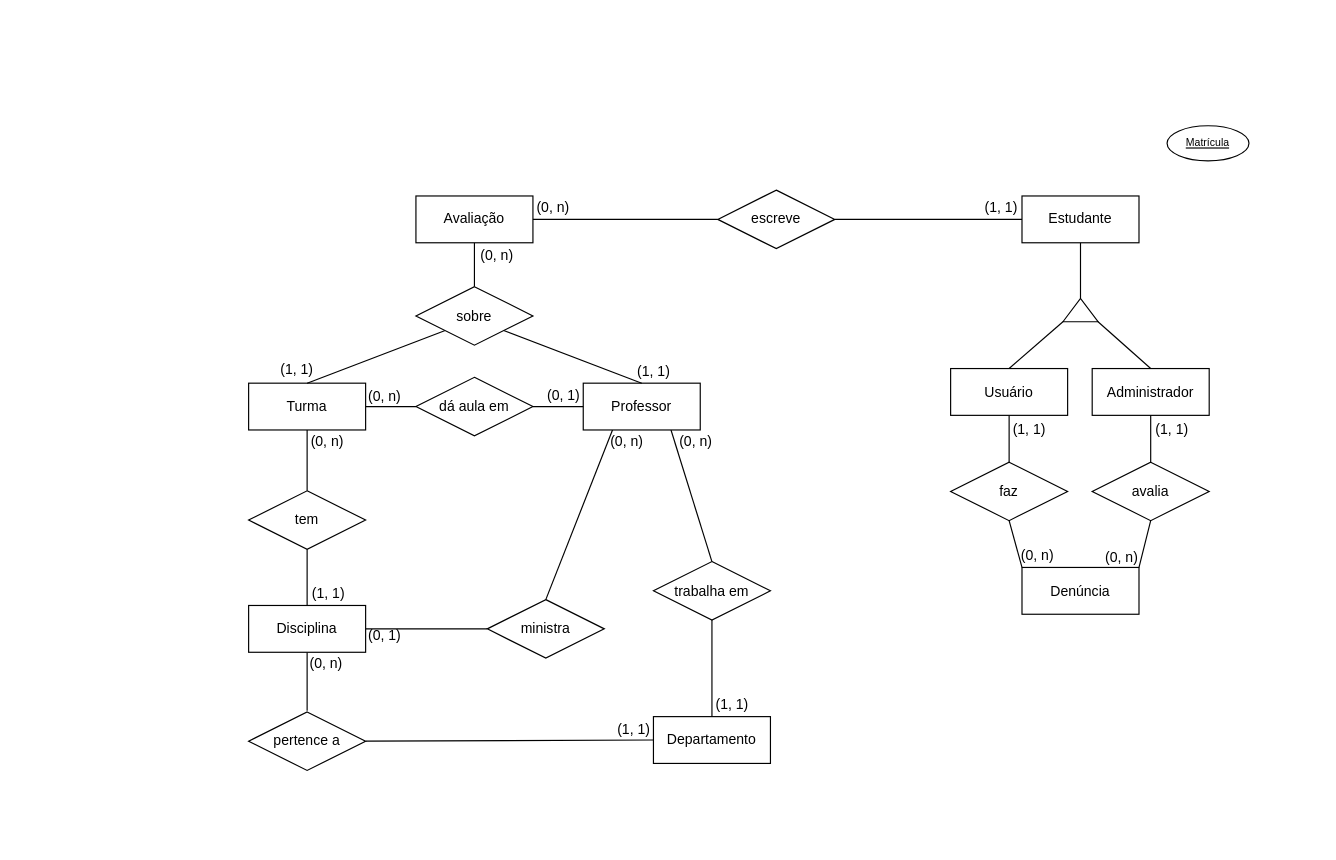
leorb99/Projeto_BD keeps this draw.io diagram as MER.drawio. Above is the earlier version. Source tidied: cells renumbered, new cells numbered last; positions are measured from the earlier drawing's top-left corner, leaving out a move shared by most shapes. Both pictures are drawn from the tidied source at 117%, with x=0, y=0 at pixel (248, 125).
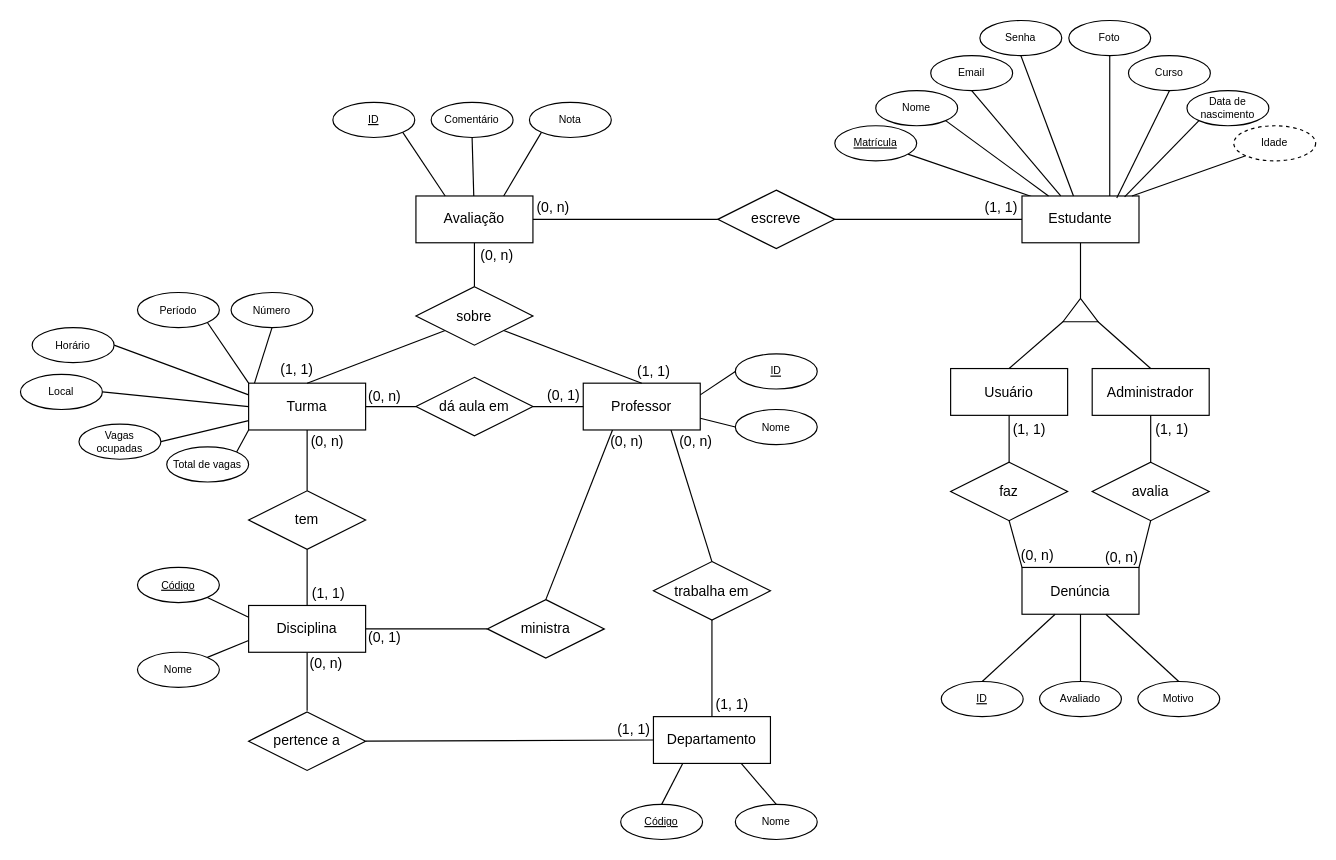
After the change.

Commit message (it also covers changes not shown here):
versao preliminar do mer

Unchanged cells that the change refers to:
```xml
<mxCell id="3" value="Disciplina" style="whiteSpace=wrap;html=1;align=center;" parent="1" vertex="1">
  <mxGeometry y="410" width="100" height="40" as="geometry" />
</mxCell>
<mxCell id="7" value="Professor" style="whiteSpace=wrap;html=1;align=center;" parent="1" vertex="1">
  <mxGeometry x="286" y="220" width="100" height="40" as="geometry" />
</mxCell>
<mxCell id="9" value="Avaliação" style="whiteSpace=wrap;html=1;align=center;" parent="1" vertex="1">
  <mxGeometry x="143" y="60" width="100" height="40" as="geometry" />
</mxCell>
<mxCell id="10" value="Denúncia" style="whiteSpace=wrap;html=1;align=center;" parent="1" vertex="1">
  <mxGeometry x="661" y="377.5" width="100" height="40" as="geometry" />
</mxCell>
<mxCell id="11" value="Departamento" style="whiteSpace=wrap;html=1;align=center;" parent="1" vertex="1">
  <mxGeometry x="346" y="505" width="100" height="40" as="geometry" />
</mxCell>
<mxCell id="14" value="Estudante" style="whiteSpace=wrap;html=1;align=center;" parent="1" vertex="1">
  <mxGeometry x="661" y="60" width="100" height="40" as="geometry" />
</mxCell>
<mxCell id="22" value="Turma" style="whiteSpace=wrap;html=1;align=center;" parent="1" vertex="1">
  <mxGeometry y="220" width="100" height="40" as="geometry" />
</mxCell>
```

Diff of the diagram source:
```diff
@@
+    <mxCell id="63" style="edgeStyle=none;html=1;exitX=0.093;exitY=0.021;exitDx=0;exitDy=0;endArrow=none;endFill=0;exitPerimeter=0;" parent="1" edge="1" source="14" target="65">
+      <mxGeometry relative="1" as="geometry" />
+    </mxCell>
@@
     <mxCell id="55" value="(0, 1)" style="text;html=1;align=center;verticalAlign=middle;strokeColor=none;fillColor=none;" parent="1" vertex="1">
-      <mxGeometry x="91" y="421" width="50" height="30" as="geometry" />
+      <mxGeometry x="91" y="423" width="50" height="30" as="geometry" />
     </mxCell>
@@
+    <mxCell id="64" style="edgeStyle=none;html=1;exitX=0.5;exitY=1;exitDx=0;exitDy=0;endArrow=none;endFill=0;entryX=0.44;entryY=0;entryDx=0;entryDy=0;entryPerimeter=0;" parent="1" edge="1" source="62" target="14">
+      <mxGeometry relative="1" as="geometry" />
+    </mxCell>
-    <mxCell id="62" value="&lt;u&gt;Matrícula&lt;br&gt;&lt;/u&gt;" style="ellipse;whiteSpace=wrap;html=1;align=center;fontSize=9;" parent="1" vertex="1">
-      <mxGeometry x="785" width="70" height="30" as="geometry" />
+    <mxCell id="62" value="Senha" style="ellipse;whiteSpace=wrap;html=1;align=center;fontSize=9;" parent="1" vertex="1">
+      <mxGeometry x="625" y="-90" width="70" height="30" as="geometry" />
     </mxCell>
+    <mxCell id="65" value="&lt;u style=&quot;font-size: 9px;&quot;&gt;Matrícula&lt;br style=&quot;font-size: 9px;&quot;&gt;&lt;/u&gt;" style="ellipse;whiteSpace=wrap;html=1;align=center;fontSize=9;" parent="1" vertex="1">
+      <mxGeometry x="501" width="70" height="30" as="geometry" />
+    </mxCell>
+    <mxCell id="66" style="edgeStyle=none;html=1;exitX=0.5;exitY=1;exitDx=0;exitDy=0;endArrow=none;endFill=0;" parent="1" edge="1" source="67" target="14">
+      <mxGeometry relative="1" as="geometry" />
+    </mxCell>
+    <mxCell id="67" value="Email" style="ellipse;whiteSpace=wrap;html=1;align=center;fontSize=9;" parent="1" vertex="1">
+      <mxGeometry x="583" y="-60" width="70" height="30" as="geometry" />
+    </mxCell>
+    <mxCell id="68" style="edgeStyle=none;html=1;exitX=1;exitY=1;exitDx=0;exitDy=0;endArrow=none;endFill=0;" parent="1" edge="1" source="69" target="14">
+      <mxGeometry relative="1" as="geometry" />
+    </mxCell>
+    <mxCell id="69" value="Nome" style="ellipse;whiteSpace=wrap;html=1;align=center;fontSize=9;" parent="1" vertex="1">
+      <mxGeometry x="536" y="-30" width="70" height="30" as="geometry" />
+    </mxCell>
+    <mxCell id="70" style="edgeStyle=none;html=1;exitX=0.5;exitY=1;exitDx=0;exitDy=0;entryX=0.81;entryY=0.042;entryDx=0;entryDy=0;endArrow=none;endFill=0;entryPerimeter=0;" parent="1" edge="1" source="71" target="14">
+      <mxGeometry relative="1" as="geometry" />
+    </mxCell>
+    <mxCell id="71" value="Curso" style="ellipse;whiteSpace=wrap;html=1;align=center;fontSize=9;" parent="1" vertex="1">
+      <mxGeometry x="752" y="-60" width="70" height="30" as="geometry" />
+    </mxCell>
+    <mxCell id="72" style="edgeStyle=none;html=1;exitX=0;exitY=1;exitDx=0;exitDy=0;endArrow=none;endFill=0;entryX=0.877;entryY=0.021;entryDx=0;entryDy=0;entryPerimeter=0;" parent="1" edge="1" source="73" target="14">
+      <mxGeometry relative="1" as="geometry" />
+    </mxCell>
+    <mxCell id="73" value="Data de nascimento" style="ellipse;whiteSpace=wrap;html=1;align=center;fontSize=9;" parent="1" vertex="1">
+      <mxGeometry x="802" y="-30" width="70" height="30" as="geometry" />
+    </mxCell>
+    <mxCell id="74" style="edgeStyle=none;html=1;exitX=0.5;exitY=1;exitDx=0;exitDy=0;entryX=0.75;entryY=0;entryDx=0;entryDy=0;endArrow=none;endFill=0;" parent="1" edge="1" source="75" target="14">
+      <mxGeometry relative="1" as="geometry" />
+    </mxCell>
+    <mxCell id="75" value="Foto" style="ellipse;whiteSpace=wrap;html=1;align=center;fontSize=9;" parent="1" vertex="1">
+      <mxGeometry x="701" y="-90" width="70" height="30" as="geometry" />
+    </mxCell>
+    <mxCell id="76" style="edgeStyle=none;html=1;exitX=0;exitY=1;exitDx=0;exitDy=0;endArrow=none;endFill=0;" parent="1" edge="1" source="77">
+      <mxGeometry relative="1" as="geometry">
+        <mxPoint x="755" y="60" as="targetPoint" />
+      </mxGeometry>
+    </mxCell>
+    <mxCell id="77" value="&lt;font style=&quot;font-size: 9px;&quot;&gt;Idade&lt;/font&gt;" style="ellipse;whiteSpace=wrap;html=1;align=center;dashed=1;fontSize=9;" parent="1" vertex="1">
+      <mxGeometry x="842" width="70" height="30" as="geometry" />
+    </mxCell>
+    <mxCell id="78" style="edgeStyle=none;html=1;exitX=1;exitY=0.5;exitDx=0;exitDy=0;entryX=0;entryY=0.25;entryDx=0;entryDy=0;fontSize=9;endArrow=none;endFill=0;" parent="1" edge="1" source="79" target="22">
+      <mxGeometry relative="1" as="geometry" />
+    </mxCell>
+    <mxCell id="79" value="Horário" style="ellipse;whiteSpace=wrap;html=1;align=center;fontSize=9;" parent="1" vertex="1">
+      <mxGeometry x="-185" y="172.5" width="70" height="30" as="geometry" />
+    </mxCell>
+    <mxCell id="80" style="edgeStyle=none;html=1;exitX=1;exitY=0;exitDx=0;exitDy=0;entryX=0;entryY=1;entryDx=0;entryDy=0;fontSize=9;endArrow=none;endFill=0;" parent="1" edge="1" source="81" target="22">
+      <mxGeometry relative="1" as="geometry" />
+    </mxCell>
+    <mxCell id="81" value="Total de vagas" style="ellipse;whiteSpace=wrap;html=1;align=center;fontSize=9;" parent="1" vertex="1">
+      <mxGeometry x="-70" y="274.5" width="70" height="30" as="geometry" />
+    </mxCell>
+    <mxCell id="82" style="edgeStyle=none;html=1;exitX=1;exitY=1;exitDx=0;exitDy=0;entryX=0;entryY=0;entryDx=0;entryDy=0;fontSize=9;endArrow=none;endFill=0;" parent="1" edge="1" source="83" target="22">
+      <mxGeometry relative="1" as="geometry" />
+    </mxCell>
+    <mxCell id="83" value="Período" style="ellipse;whiteSpace=wrap;html=1;align=center;fontSize=9;" parent="1" vertex="1">
+      <mxGeometry x="-95" y="142.5" width="70" height="30" as="geometry" />
+    </mxCell>
+    <mxCell id="84" style="edgeStyle=none;html=1;exitX=1;exitY=0.5;exitDx=0;exitDy=0;entryX=0;entryY=0.5;entryDx=0;entryDy=0;fontSize=9;endArrow=none;endFill=0;" parent="1" edge="1" source="85" target="22">
+      <mxGeometry relative="1" as="geometry" />
+    </mxCell>
+    <mxCell id="85" value="Local" style="ellipse;whiteSpace=wrap;html=1;align=center;fontSize=9;" parent="1" vertex="1">
+      <mxGeometry x="-195" y="212.5" width="70" height="30" as="geometry" />
+    </mxCell>
+    <mxCell id="86" style="edgeStyle=none;html=1;exitX=0.5;exitY=1;exitDx=0;exitDy=0;fontSize=9;endArrow=none;endFill=0;" parent="1" edge="1" source="87">
+      <mxGeometry relative="1" as="geometry">
+        <mxPoint x="5" y="220" as="targetPoint" />
+      </mxGeometry>
+    </mxCell>
+    <mxCell id="87" value="Número" style="ellipse;whiteSpace=wrap;html=1;align=center;fontSize=9;" parent="1" vertex="1">
+      <mxGeometry x="-15" y="142.5" width="70" height="30" as="geometry" />
+    </mxCell>
+    <mxCell id="88" style="edgeStyle=none;html=1;exitX=1;exitY=0.5;exitDx=0;exitDy=0;fontSize=9;endArrow=none;endFill=0;" parent="1" edge="1" source="89" target="22">
+      <mxGeometry relative="1" as="geometry" />
+    </mxCell>
+    <mxCell id="89" value="Vagas &lt;br&gt;ocupadas" style="ellipse;whiteSpace=wrap;html=1;align=center;fontSize=9;" parent="1" vertex="1">
+      <mxGeometry x="-145" y="255" width="70" height="30" as="geometry" />
+    </mxCell>
+    <mxCell id="90" style="edgeStyle=none;html=1;exitX=1;exitY=1;exitDx=0;exitDy=0;entryX=0;entryY=0.25;entryDx=0;entryDy=0;fontSize=9;endArrow=none;endFill=0;" parent="1" edge="1" source="91" target="3">
+      <mxGeometry relative="1" as="geometry" />
+    </mxCell>
+    <mxCell id="91" value="&lt;u&gt;Código&lt;/u&gt;" style="ellipse;whiteSpace=wrap;html=1;align=center;fontSize=9;" parent="1" vertex="1">
+      <mxGeometry x="-95" y="377.5" width="70" height="30" as="geometry" />
+    </mxCell>
+    <mxCell id="92" style="edgeStyle=none;html=1;exitX=1;exitY=0;exitDx=0;exitDy=0;entryX=0;entryY=0.75;entryDx=0;entryDy=0;fontSize=9;endArrow=none;endFill=0;" parent="1" edge="1" source="93" target="3">
+      <mxGeometry relative="1" as="geometry" />
+    </mxCell>
+    <mxCell id="93" value="Nome" style="ellipse;whiteSpace=wrap;html=1;align=center;fontSize=9;" parent="1" vertex="1">
+      <mxGeometry x="-95" y="450" width="70" height="30" as="geometry" />
+    </mxCell>
+    <mxCell id="94" style="edgeStyle=none;html=1;exitX=0.5;exitY=0;exitDx=0;exitDy=0;entryX=0.25;entryY=1;entryDx=0;entryDy=0;fontSize=9;endArrow=none;endFill=0;" parent="1" edge="1" source="95" target="11">
+      <mxGeometry relative="1" as="geometry" />
+    </mxCell>
+    <mxCell id="95" value="&lt;u&gt;Código&lt;/u&gt;" style="ellipse;whiteSpace=wrap;html=1;align=center;fontSize=9;" parent="1" vertex="1">
+      <mxGeometry x="318" y="580" width="70" height="30" as="geometry" />
+    </mxCell>
+    <mxCell id="96" style="edgeStyle=none;html=1;exitX=0.5;exitY=0;exitDx=0;exitDy=0;entryX=0.75;entryY=1;entryDx=0;entryDy=0;fontSize=9;endArrow=none;endFill=0;" parent="1" edge="1" source="97" target="11">
+      <mxGeometry relative="1" as="geometry" />
+    </mxCell>
+    <mxCell id="97" value="Nome" style="ellipse;whiteSpace=wrap;html=1;align=center;fontSize=9;" parent="1" vertex="1">
+      <mxGeometry x="416" y="580" width="70" height="30" as="geometry" />
+    </mxCell>
+    <mxCell id="98" style="edgeStyle=none;html=1;exitX=0;exitY=0.5;exitDx=0;exitDy=0;entryX=1;entryY=0.25;entryDx=0;entryDy=0;fontSize=9;endArrow=none;endFill=0;" parent="1" edge="1" source="99" target="7">
+      <mxGeometry relative="1" as="geometry" />
+    </mxCell>
+    <mxCell id="99" value="&lt;u&gt;ID&lt;br&gt;&lt;/u&gt;" style="ellipse;whiteSpace=wrap;html=1;align=center;fontSize=9;" parent="1" vertex="1">
+      <mxGeometry x="416" y="195" width="70" height="30" as="geometry" />
+    </mxCell>
+    <mxCell id="100" style="edgeStyle=none;html=1;exitX=0;exitY=0.5;exitDx=0;exitDy=0;entryX=1;entryY=0.75;entryDx=0;entryDy=0;fontSize=9;endArrow=none;endFill=0;" parent="1" edge="1" source="101" target="7">
+      <mxGeometry relative="1" as="geometry" />
+    </mxCell>
+    <mxCell id="101" value="Nome" style="ellipse;whiteSpace=wrap;html=1;align=center;fontSize=9;" parent="1" vertex="1">
+      <mxGeometry x="416" y="242.5" width="70" height="30" as="geometry" />
+    </mxCell>
+    <mxCell id="102" style="edgeStyle=none;html=1;exitX=1;exitY=1;exitDx=0;exitDy=0;entryX=0.25;entryY=0;entryDx=0;entryDy=0;fontSize=9;endArrow=none;endFill=0;" parent="1" edge="1" source="103" target="9">
+      <mxGeometry relative="1" as="geometry" />
+    </mxCell>
+    <mxCell id="103" value="&lt;u&gt;ID&lt;/u&gt;" style="ellipse;whiteSpace=wrap;html=1;align=center;fontSize=9;" parent="1" vertex="1">
+      <mxGeometry x="72" y="-20" width="70" height="30" as="geometry" />
+    </mxCell>
+    <mxCell id="104" style="edgeStyle=none;html=1;exitX=0.5;exitY=1;exitDx=0;exitDy=0;fontSize=9;endArrow=none;endFill=0;" parent="1" edge="1" source="105" target="9">
+      <mxGeometry relative="1" as="geometry" />
+    </mxCell>
+    <mxCell id="105" value="Comentário" style="ellipse;whiteSpace=wrap;html=1;align=center;fontSize=9;" parent="1" vertex="1">
+      <mxGeometry x="156" y="-20" width="70" height="30" as="geometry" />
+    </mxCell>
+    <mxCell id="106" style="edgeStyle=none;html=1;exitX=0;exitY=1;exitDx=0;exitDy=0;entryX=0.75;entryY=0;entryDx=0;entryDy=0;fontSize=9;endArrow=none;endFill=0;" parent="1" edge="1" source="107" target="9">
+      <mxGeometry relative="1" as="geometry" />
+    </mxCell>
+    <mxCell id="107" value="Nota" style="ellipse;whiteSpace=wrap;html=1;align=center;fontSize=9;" parent="1" vertex="1">
+      <mxGeometry x="240" y="-20" width="70" height="30" as="geometry" />
+    </mxCell>
+    <mxCell id="108" style="edgeStyle=none;html=1;exitX=0.5;exitY=0;exitDx=0;exitDy=0;fontSize=9;endArrow=none;endFill=0;" parent="1" edge="1" source="109" target="10">
+      <mxGeometry relative="1" as="geometry" />
+    </mxCell>
+    <mxCell id="109" value="&lt;u&gt;ID&lt;/u&gt;" style="ellipse;whiteSpace=wrap;html=1;align=center;fontSize=9;" parent="1" vertex="1">
+      <mxGeometry x="592" y="475" width="70" height="30" as="geometry" />
+    </mxCell>
+    <mxCell id="110" style="edgeStyle=none;html=1;exitX=0.5;exitY=0;exitDx=0;exitDy=0;fontSize=9;endArrow=none;endFill=0;" parent="1" edge="1" source="111" target="10">
+      <mxGeometry relative="1" as="geometry" />
+    </mxCell>
+    <mxCell id="111" value="Avaliado" style="ellipse;whiteSpace=wrap;html=1;align=center;fontSize=9;" parent="1" vertex="1">
+      <mxGeometry x="676" y="475" width="70" height="30" as="geometry" />
+    </mxCell>
+    <mxCell id="112" style="edgeStyle=none;html=1;exitX=0.5;exitY=0;exitDx=0;exitDy=0;fontSize=9;endArrow=none;endFill=0;" parent="1" edge="1" source="113" target="10">
+      <mxGeometry relative="1" as="geometry" />
+    </mxCell>
+    <mxCell id="113" value="Motivo" style="ellipse;whiteSpace=wrap;html=1;align=center;fontSize=9;" parent="1" vertex="1">
+      <mxGeometry x="760" y="475" width="70" height="30" as="geometry" />
+    </mxCell>
```
